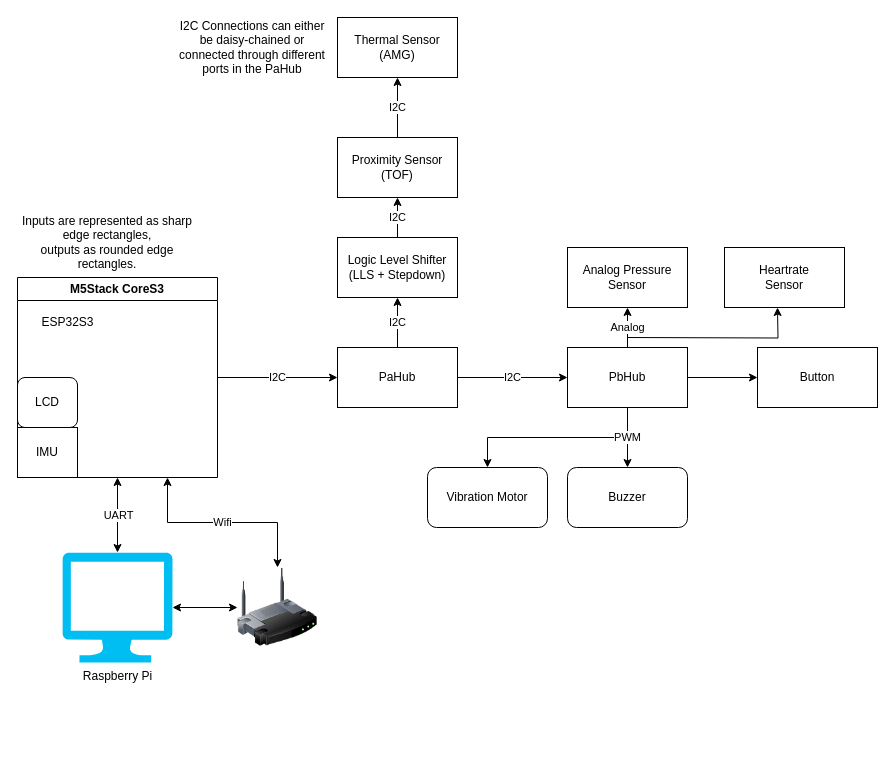
Before: ProjectDocuments/BlockDiagram.drawio in YonatanAmir1996/M5StackTelemetry, a draw.io diagram. Source tidied: cells renumbered, new cells numbered last; positions are measured from the earlier drawing's top-left corner, leaving out a move shared by most shapes. Both pictures are drawn from the tidied source at 100%, with x=0, y=0 at pixel (17, 17).
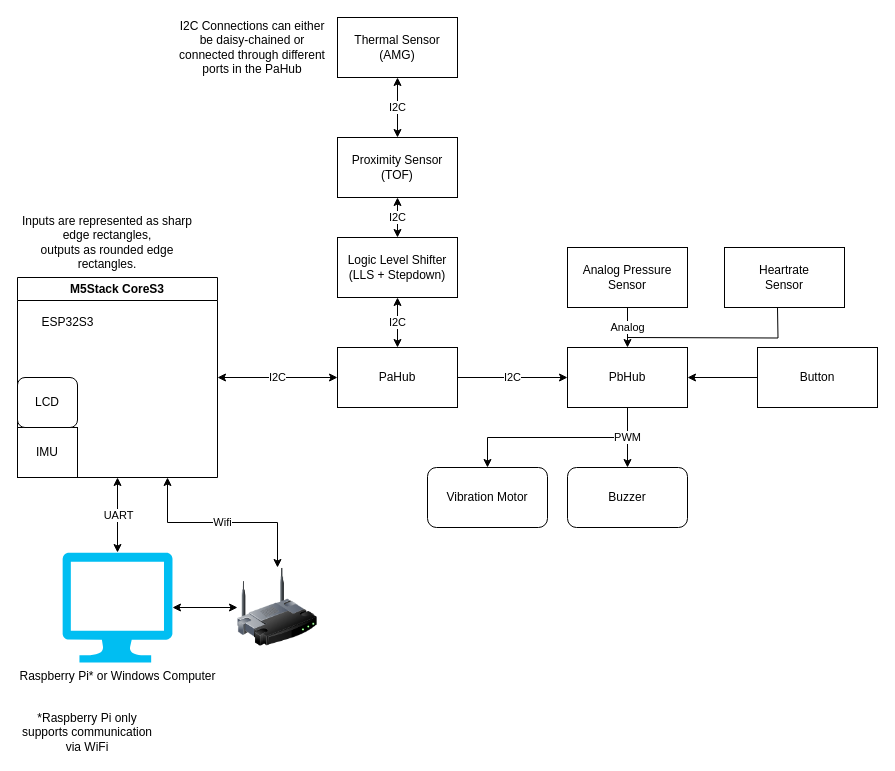
Above is the later version.

Commit message (it also covers changes not shown here):
Changed the block diagram to better suit the truth.

Unchanged cells that the change refers to:
```xml
<mxCell id="4" value="M5Stack CoreS3" style="swimlane;whiteSpace=wrap;html=1;" parent="1" vertex="1">
  <mxGeometry y="260" width="200" height="200" as="geometry" />
</mxCell>
<mxCell id="14" value="PaHub" style="rounded=0;whiteSpace=wrap;html=1;" parent="1" vertex="1">
  <mxGeometry x="320" y="330" width="120" height="60" as="geometry" />
</mxCell>
<mxCell id="20" value="PbHub" style="rounded=0;whiteSpace=wrap;html=1;" parent="1" vertex="1">
  <mxGeometry x="550" y="330" width="120" height="60" as="geometry" />
</mxCell>
<mxCell id="22" value="Proximity Sensor&lt;div&gt;(TOF)&lt;/div&gt;" style="rounded=0;whiteSpace=wrap;html=1;" parent="1" vertex="1">
  <mxGeometry x="320" y="120" width="120" height="60" as="geometry" />
</mxCell>
<mxCell id="23" value="Thermal Sensor&lt;div&gt;(AMG)&lt;/div&gt;" style="rounded=0;whiteSpace=wrap;html=1;" parent="1" vertex="1">
  <mxGeometry x="320" width="120" height="60" as="geometry" />
</mxCell>
<mxCell id="26" value="Logic Level Shifter&lt;div&gt;(LLS + Stepdown)&lt;/div&gt;" style="rounded=0;whiteSpace=wrap;html=1;" parent="1" vertex="1">
  <mxGeometry x="320" y="220" width="120" height="60" as="geometry" />
</mxCell>
<mxCell id="29" value="Analog Pressure Sensor" style="rounded=0;whiteSpace=wrap;html=1;" parent="1" vertex="1">
  <mxGeometry x="550" y="230" width="120" height="60" as="geometry" />
</mxCell>
<mxCell id="30" value="Button" style="rounded=0;whiteSpace=wrap;html=1;" parent="1" vertex="1">
  <mxGeometry x="740" y="330" width="120" height="60" as="geometry" />
</mxCell>
```

What changed in the source:
```diff
@@
-    <mxCell id="3" value="I2C" style="edgeStyle=orthogonalEdgeStyle;rounded=0;jettySize=auto;html=1;exitX=1;exitY=0.5;exitDx=0;exitDy=0;entryX=0;entryY=0.5;entryDx=0;entryDy=0;" parent="1" edge="1" source="4" target="14">
+    <mxCell id="3" value="I2C" style="edgeStyle=orthogonalEdgeStyle;rounded=0;jettySize=auto;html=1;exitX=1;exitY=0.5;exitDx=0;exitDy=0;entryX=0;entryY=0.5;entryDx=0;entryDy=0;startArrow=classic;startFill=1;" parent="1" edge="1" source="4" target="14">
       <mxGeometry relative="1" as="geometry" />
     </mxCell>
@@
-    <mxCell id="8" value="Raspberry Pi" style="verticalLabelPosition=bottom;html=1;verticalAlign=top;align=center;strokeColor=none;fillColor=#00BEF2;shape=mxgraph.azure.computer;" parent="1" vertex="1">
+    <mxCell id="8" value="Raspberry Pi* or Windows Computer" style="verticalLabelPosition=bottom;html=1;verticalAlign=top;align=center;strokeColor=none;fillColor=#00BEF2;shape=mxgraph.azure.computer;" parent="1" vertex="1">
       <mxGeometry x="45" y="535" width="110" height="110" as="geometry" />
     </mxCell>
@@
-    <mxCell id="13" value="I2C" style="edgeStyle=orthogonalEdgeStyle;rounded=0;jettySize=auto;html=1;entryX=0.5;entryY=1;entryDx=0;entryDy=0;" parent="1" edge="1" source="14" target="26">
+    <mxCell id="13" value="I2C" style="edgeStyle=orthogonalEdgeStyle;rounded=0;jettySize=auto;html=1;entryX=0.5;entryY=1;entryDx=0;entryDy=0;startArrow=classic;startFill=1;" parent="1" edge="1" source="14" target="26">
       <mxGeometry relative="1" as="geometry" />
     </mxCell>
@@
-    <mxCell id="17" value="Analog" style="edgeStyle=orthogonalEdgeStyle;rounded=0;jettySize=auto;html=1;" parent="1" edge="1" source="20" target="29">
+    <mxCell id="17" value="Analog" style="edgeStyle=orthogonalEdgeStyle;rounded=0;jettySize=auto;html=1;startArrow=classic;startFill=1;endArrow=none;endFill=0;" parent="1" edge="1" source="20" target="29">
       <mxGeometry relative="1" as="geometry">
         <Array as="points">
           <mxPoint x="610" y="310" />
           <mxPoint x="610" y="310" />
         </Array>
       </mxGeometry>
     </mxCell>
-    <mxCell id="18" style="edgeStyle=orthogonalEdgeStyle;rounded=0;jettySize=auto;html=1;exitX=1;exitY=0.5;exitDx=0;exitDy=0;" parent="1" edge="1" source="20" target="30">
+    <mxCell id="18" style="edgeStyle=orthogonalEdgeStyle;rounded=0;jettySize=auto;html=1;exitX=1;exitY=0.5;exitDx=0;exitDy=0;startArrow=classic;startFill=1;endArrow=none;endFill=0;" parent="1" edge="1" source="20" target="30">
       <mxGeometry relative="1" as="geometry" />
     </mxCell>
-    <mxCell id="19" style="edgeStyle=orthogonalEdgeStyle;rounded=0;orthogonalLoop=1;jettySize=auto;html=1;exitX=0.5;exitY=0;exitDx=0;exitDy=0;" parent="1" edge="1">
+    <mxCell id="19" style="edgeStyle=orthogonalEdgeStyle;rounded=0;orthogonalLoop=1;jettySize=auto;html=1;exitX=0.5;exitY=0;exitDx=0;exitDy=0;startArrow=none;startFill=0;endArrow=none;endFill=0;" parent="1" edge="1">
       <mxGeometry relative="1" as="geometry">
         <mxPoint x="610" y="320" as="sourcePoint" />
         <mxPoint x="760" y="290" as="targetPoint" />
       </mxGeometry>
     </mxCell>
@@
-    <mxCell id="21" value="I2C" style="edgeStyle=orthogonalEdgeStyle;rounded=0;jettySize=auto;html=1;entryX=0.5;entryY=1;entryDx=0;entryDy=0;" parent="1" edge="1" source="22" target="23">
+    <mxCell id="21" value="I2C" style="edgeStyle=orthogonalEdgeStyle;rounded=0;jettySize=auto;html=1;entryX=0.5;entryY=1;entryDx=0;entryDy=0;startArrow=classic;startFill=1;" parent="1" edge="1" source="22" target="23">
       <mxGeometry relative="1" as="geometry" />
     </mxCell>
@@
-    <mxCell id="25" value="I2C" style="edgeStyle=orthogonalEdgeStyle;rounded=0;jettySize=auto;html=1;exitX=0.5;exitY=0;exitDx=0;exitDy=0;entryX=0.5;entryY=1;entryDx=0;entryDy=0;" parent="1" edge="1" source="26" target="22">
+    <mxCell id="25" value="I2C" style="edgeStyle=orthogonalEdgeStyle;rounded=0;jettySize=auto;html=1;exitX=0.5;exitY=0;exitDx=0;exitDy=0;entryX=0.5;entryY=1;entryDx=0;entryDy=0;startArrow=classic;startFill=1;" parent="1" edge="1" source="26" target="22">
       <mxGeometry relative="1" as="geometry" />
     </mxCell>
@@
+    <mxCell id="33" value="*Raspberry Pi only supports communication via WiFi" style="text;html=1;align=center;verticalAlign=middle;whiteSpace=wrap;rounded=0;" parent="1" vertex="1">
+      <mxGeometry y="700" width="140" height="30" as="geometry" />
+    </mxCell>
```
